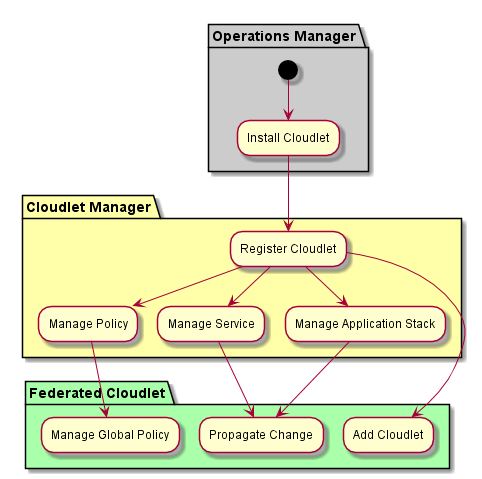
This is docs/Solution/Cloudlet-Manager/Process.png from CAADE/CloudLet, a PlantUML export, as it was before one commit.
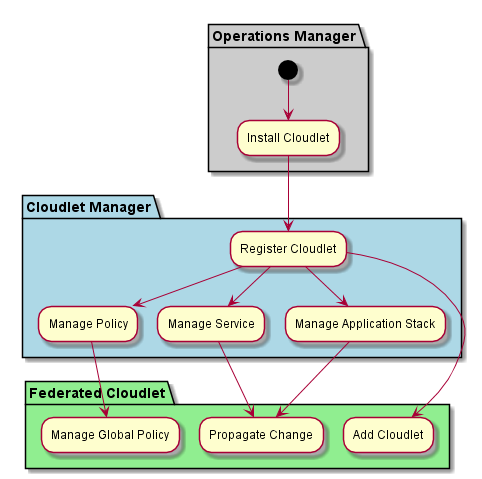
The same file after the commit.

The edit, as a diff of the source:
```diff
@@ -4,14 +4,14 @@
     (*) --> "Install Cloudlet"
 }
 
-partition "Cloudlet Manager" #ffffaa {
+partition "Cloudlet Manager" #lightblue {
     "Install Cloudlet" --> "Register Cloudlet"
     "Register Cloudlet" --> "Manage Policy"
     "Register Cloudlet" --> "Manage Service"
     "Register Cloudlet" --> "Manage Application Stack"
 }
 
-partition "Federated Cloudlet" #aaffaa {
+partition "Federated Cloudlet" #lightgreen {
     "Register Cloudlet" --> "Add Cloudlet"
     "Manage Policy" --> "Manage Global Policy"
     "Manage Service" --> "Propagate Change"
```
